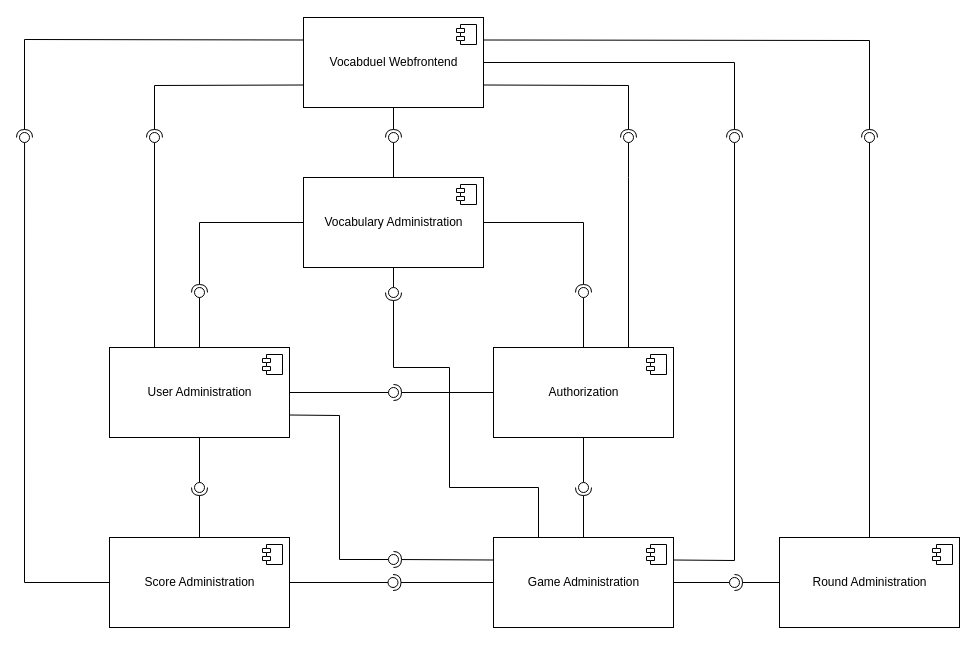
Above: components_diagram.drawio in lucaslar/htw-kba-gr7-vocabduel-monorepo (draw.io), before the change. Source tidied: cells renumbered, new cells numbered last; positions are measured from the earlier drawing's top-left corner, leaving out a move shared by most shapes. Both pictures are drawn from the tidied source at 100%, with x=0, y=0 at pixel (19, 17).
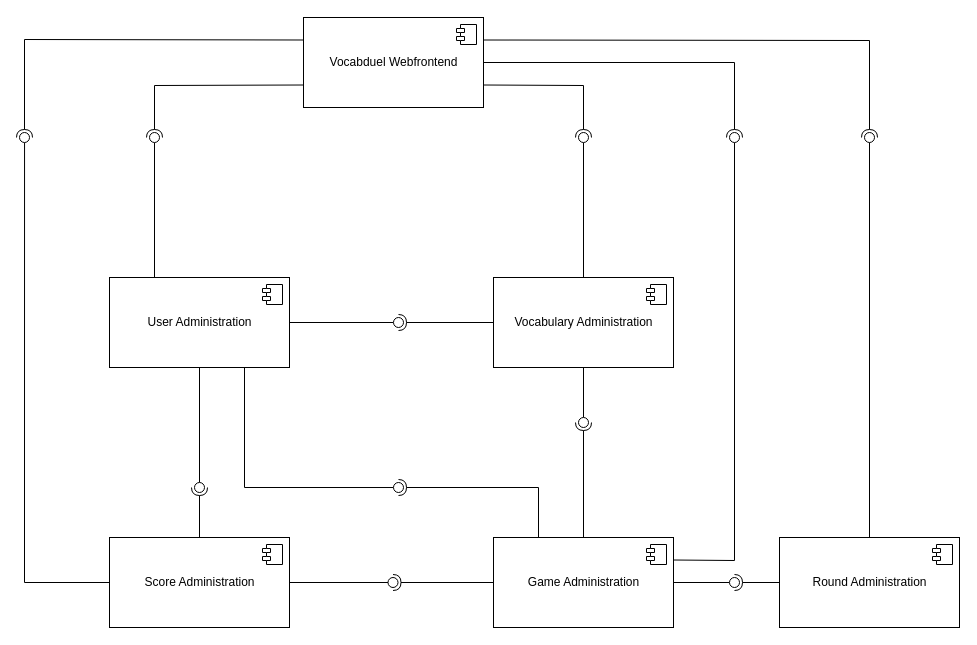
The same diagram, later.

Commit message:
Removed auth component (unified with user administration)

Unchanged cells that the change refers to:
```xml
<mxCell id="8" value="Game Administration" style="html=1;" parent="1" vertex="1">
  <mxGeometry x="474" y="520" width="180" height="90" as="geometry" />
</mxCell>
<mxCell id="10" value="Vocabduel Webfrontend" style="html=1;" parent="1" vertex="1">
  <mxGeometry x="284" width="180" height="90" as="geometry" />
</mxCell>
```

What changed in the source:
```diff
@@
     <mxCell id="2" value="User Administration" style="html=1;" parent="1" vertex="1">
-      <mxGeometry x="90" y="330" width="180" height="90" as="geometry" />
+      <mxGeometry x="90" y="260" width="180" height="90" as="geometry" />
     </mxCell>
@@
     <mxCell id="4" value="Vocabulary Administration" style="html=1;" parent="1" vertex="1">
-      <mxGeometry x="284" y="160" width="180" height="90" as="geometry" />
+      <mxGeometry x="474" y="260" width="180" height="90" as="geometry" />
     </mxCell>
@@
-    <mxCell id="6" value="Authorization" style="html=1;" parent="1" vertex="1">
-      <mxGeometry x="474" y="330" width="180" height="90" as="geometry" />
-    </mxCell>
-    <mxCell id="7" style="shape=module;jettyWidth=8;jettyHeight=4;" parent="6" vertex="1">
-      <mxGeometry x="1" width="20" height="20" relative="1" as="geometry">
-        <mxPoint x="-27" y="7" as="offset" />
-      </mxGeometry>
-    </mxCell>
@@
-    <mxCell id="20" style="rounded=0;jettySize=auto;html=1;endArrow=none;endFill=0;" parent="1" edge="1" source="4" target="22">
-      <mxGeometry relative="1" as="geometry" />
-    </mxCell>
-    <mxCell id="21" style="rounded=0;jettySize=auto;html=1;endArrow=halfCircle;endFill=0;endSize=6;strokeWidth=1;" parent="1" edge="1" source="10">
-      <mxGeometry relative="1" as="geometry">
-        <mxPoint x="374" y="120" as="targetPoint" />
-      </mxGeometry>
-    </mxCell>
-    <mxCell id="22" style="ellipse;whiteSpace=wrap;html=1;fontFamily=Helvetica;fontSize=12;fontColor=#000000;align=center;strokeColor=#000000;fillColor=#ffffff;points=[];" parent="1" vertex="1">
-      <mxGeometry x="369" y="115" width="10" height="10" as="geometry" />
-    </mxCell>
-    <mxCell id="23" style="rounded=0;jettySize=auto;html=1;endArrow=none;endFill=0;exitX=0.75;exitY=0;exitDx=0;exitDy=0;" parent="1" edge="1" source="6" target="25">
-      <mxGeometry relative="1" as="geometry">
-        <Array as="points">
-          <mxPoint x="609" y="160" />
-        </Array>
-      </mxGeometry>
-    </mxCell>
-    <mxCell id="24" style="rounded=0;jettySize=auto;html=1;endArrow=halfCircle;endFill=0;entryX=0.5;entryY=0.5;entryDx=0;entryDy=0;endSize=6;strokeWidth=1;exitX=1;exitY=0.75;exitDx=0;exitDy=0;" parent="1" edge="1" source="10" target="25">
-      <mxGeometry relative="1" as="geometry">
-        <Array as="points">
-          <mxPoint x="609" y="68" />
-        </Array>
-      </mxGeometry>
-    </mxCell>
-    <mxCell id="25" style="ellipse;whiteSpace=wrap;html=1;fontFamily=Helvetica;fontSize=12;fontColor=#000000;align=center;strokeColor=#000000;fillColor=#ffffff;points=[];" parent="1" vertex="1">
-      <mxGeometry x="604" y="115" width="10" height="10" as="geometry" />
-    </mxCell>
@@
-    <mxCell id="29" style="rounded=0;jettySize=auto;html=1;endArrow=none;endFill=0;" parent="1" edge="1" target="31">
-      <mxGeometry relative="1" as="geometry">
-        <mxPoint x="374" y="250" as="sourcePoint" />
-      </mxGeometry>
+    <mxCell id="29" style="rounded=0;jettySize=auto;html=1;endArrow=none;endFill=0;exitX=0.5;exitY=1;exitDx=0;exitDy=0;" parent="1" edge="1" source="4" target="31">
+      <mxGeometry relative="1" as="geometry" />
     </mxCell>
-    <mxCell id="30" style="rounded=0;jettySize=auto;html=1;endArrow=halfCircle;endFill=0;entryX=0.5;entryY=0.5;entryDx=0;entryDy=0;endSize=6;strokeWidth=1;exitX=0.25;exitY=0;exitDx=0;exitDy=0;" parent="1" edge="1" source="8" target="31">
-      <mxGeometry relative="1" as="geometry">
-        <Array as="points">
-          <mxPoint x="519" y="470" />
-          <mxPoint x="430" y="470" />
-          <mxPoint x="430" y="350" />
-          <mxPoint x="374" y="350" />
-        </Array>
-      </mxGeometry>
+    <mxCell id="30" style="rounded=0;jettySize=auto;html=1;endArrow=halfCircle;endFill=0;entryX=0.5;entryY=0.5;entryDx=0;entryDy=0;endSize=6;strokeWidth=1;" parent="1" edge="1" source="8" target="31">
+      <mxGeometry relative="1" as="geometry" />
     </mxCell>
     <mxCell id="31" style="ellipse;whiteSpace=wrap;html=1;fontFamily=Helvetica;fontSize=12;fontColor=#000000;align=center;strokeColor=#000000;fillColor=#ffffff;points=[];" parent="1" vertex="1">
-      <mxGeometry x="369" y="270" width="10" height="10" as="geometry" />
+      <mxGeometry x="559" y="400" width="10" height="10" as="geometry" />
     </mxCell>
@@
-    <mxCell id="38" style="rounded=0;jettySize=auto;html=1;endArrow=none;endFill=0;exitX=1;exitY=0.75;exitDx=0;exitDy=0;entryX=-0.001;entryY=0.502;entryDx=0;entryDy=0;entryPerimeter=0;" parent="1" edge="1" source="2" target="40">
+    <mxCell id="38" style="rounded=0;jettySize=auto;html=1;endArrow=none;endFill=0;exitX=0.75;exitY=1;exitDx=0;exitDy=0;entryX=-0.001;entryY=0.502;entryDx=0;entryDy=0;entryPerimeter=0;" parent="1" edge="1" source="2" target="40">
       <mxGeometry relative="1" as="geometry">
         <Array as="points">
-          <mxPoint x="320" y="398" />
-          <mxPoint x="320" y="542" />
+          <mxPoint x="225" y="470" />
         </Array>
       </mxGeometry>
     </mxCell>
-    <mxCell id="39" style="rounded=0;jettySize=auto;html=1;endArrow=halfCircle;endFill=0;entryX=0.5;entryY=0.5;entryDx=0;entryDy=0;endSize=6;strokeWidth=1;exitX=0;exitY=0.25;exitDx=0;exitDy=0;" parent="1" edge="1" source="8" target="40">
-      <mxGeometry relative="1" as="geometry" />
+    <mxCell id="39" style="rounded=0;jettySize=auto;html=1;endArrow=halfCircle;endFill=0;entryX=0.5;entryY=0.5;entryDx=0;entryDy=0;endSize=6;strokeWidth=1;exitX=0.25;exitY=0;exitDx=0;exitDy=0;" parent="1" edge="1" source="8" target="40">
+      <mxGeometry relative="1" as="geometry">
+        <Array as="points">
+          <mxPoint x="519" y="470" />
+        </Array>
+      </mxGeometry>
     </mxCell>
     <mxCell id="40" style="ellipse;whiteSpace=wrap;html=1;fontFamily=Helvetica;fontSize=12;fontColor=#000000;align=center;strokeColor=#000000;fillColor=#ffffff;points=[];" parent="1" vertex="1">
-      <mxGeometry x="369" y="537" width="10" height="10" as="geometry" />
+      <mxGeometry x="374" y="465" width="10" height="10" as="geometry" />
     </mxCell>
-    <mxCell id="41" style="rounded=0;jettySize=auto;html=1;endArrow=none;endFill=0;" parent="1" edge="1" source="2" target="43">
-      <mxGeometry relative="1" as="geometry" />
+    <mxCell id="41" style="rounded=0;jettySize=auto;html=1;endArrow=none;endFill=0;" parent="1" edge="1" target="43">
+      <mxGeometry relative="1" as="geometry">
+        <mxPoint x="270" y="305" as="sourcePoint" />
+      </mxGeometry>
     </mxCell>
-    <mxCell id="42" style="rounded=0;jettySize=auto;html=1;endArrow=halfCircle;endFill=0;entryX=0.5;entryY=0.5;entryDx=0;entryDy=0;endSize=6;strokeWidth=1;" parent="1" edge="1" source="4" target="43">
-      <mxGeometry relative="1" as="geometry">
-        <Array as="points">
-          <mxPoint x="180" y="205" />
-        </Array>
-      </mxGeometry>
+    <mxCell id="42" style="rounded=0;jettySize=auto;html=1;endArrow=halfCircle;endFill=0;entryX=0.5;entryY=0.5;entryDx=0;entryDy=0;endSize=6;strokeWidth=1;exitX=0;exitY=0.5;exitDx=0;exitDy=0;" parent="1" edge="1" source="4" target="43">
+      <mxGeometry relative="1" as="geometry" />
     </mxCell>
     <mxCell id="43" style="ellipse;whiteSpace=wrap;html=1;fontFamily=Helvetica;fontSize=12;fontColor=#000000;align=center;strokeColor=#000000;fillColor=#ffffff;points=[];" parent="1" vertex="1">
-      <mxGeometry x="175" y="270" width="10" height="10" as="geometry" />
+      <mxGeometry x="374" y="300" width="10" height="10" as="geometry" />
     </mxCell>
-    <mxCell id="44" style="rounded=0;jettySize=auto;html=1;endArrow=none;endFill=0;" parent="1" edge="1" source="2" target="46">
-      <mxGeometry relative="1" as="geometry" />
-    </mxCell>
-    <mxCell id="45" style="rounded=0;jettySize=auto;html=1;endArrow=halfCircle;endFill=0;entryX=0.5;entryY=0.5;entryDx=0;entryDy=0;endSize=6;strokeWidth=1;exitX=0;exitY=0.5;exitDx=0;exitDy=0;" parent="1" edge="1" source="6" target="46">
-      <mxGeometry relative="1" as="geometry" />
-    </mxCell>
-    <mxCell id="46" style="ellipse;whiteSpace=wrap;html=1;fontFamily=Helvetica;fontSize=12;fontColor=#000000;align=center;strokeColor=#000000;fillColor=#ffffff;points=[];" parent="1" vertex="1">
-      <mxGeometry x="369" y="370" width="10" height="10" as="geometry" />
-    </mxCell>
-    <mxCell id="47" style="rounded=0;jettySize=auto;html=1;endArrow=none;endFill=0;" parent="1" edge="1" source="6" target="49">
-      <mxGeometry relative="1" as="geometry" />
-    </mxCell>
-    <mxCell id="48" style="rounded=0;jettySize=auto;html=1;endArrow=halfCircle;endFill=0;entryX=0.5;entryY=0.5;entryDx=0;entryDy=0;endSize=6;strokeWidth=1;exitX=1;exitY=0.5;exitDx=0;exitDy=0;" parent="1" edge="1" source="4" target="49">
-      <mxGeometry relative="1" as="geometry">
-        <Array as="points">
-          <mxPoint x="564" y="205" />
-        </Array>
-      </mxGeometry>
-    </mxCell>
-    <mxCell id="49" style="ellipse;whiteSpace=wrap;html=1;fontFamily=Helvetica;fontSize=12;fontColor=#000000;align=center;strokeColor=#000000;fillColor=#ffffff;points=[];" parent="1" vertex="1">
-      <mxGeometry x="559" y="270" width="10" height="10" as="geometry" />
-    </mxCell>
-    <mxCell id="50" style="rounded=0;jettySize=auto;html=1;endArrow=none;endFill=0;" parent="1" edge="1" source="6" target="52">
-      <mxGeometry relative="1" as="geometry" />
-    </mxCell>
-    <mxCell id="51" style="rounded=0;jettySize=auto;html=1;endArrow=halfCircle;endFill=0;entryX=0.5;entryY=0.5;entryDx=0;entryDy=0;endSize=6;strokeWidth=1;exitX=0.5;exitY=0;exitDx=0;exitDy=0;" parent="1" edge="1" source="8" target="52">
-      <mxGeometry relative="1" as="geometry" />
-    </mxCell>
-    <mxCell id="52" style="ellipse;whiteSpace=wrap;html=1;fontFamily=Helvetica;fontSize=12;fontColor=#000000;align=center;strokeColor=#000000;fillColor=#ffffff;points=[];" parent="1" vertex="1">
-      <mxGeometry x="559" y="465" width="10" height="10" as="geometry" />
-    </mxCell>
@@
+    <mxCell id="61" style="rounded=0;jettySize=auto;html=1;endArrow=none;endFill=0;exitX=0.5;exitY=0;exitDx=0;exitDy=0;" parent="1" edge="1" source="4" target="63">
+      <mxGeometry relative="1" as="geometry" />
+    </mxCell>
+    <mxCell id="62" style="rounded=0;jettySize=auto;html=1;endArrow=halfCircle;endFill=0;entryX=0.5;entryY=0.5;entryDx=0;entryDy=0;endSize=6;strokeWidth=1;exitX=1;exitY=0.75;exitDx=0;exitDy=0;" parent="1" edge="1" source="10" target="63">
+      <mxGeometry relative="1" as="geometry">
+        <Array as="points">
+          <mxPoint x="564" y="68" />
+        </Array>
+      </mxGeometry>
+    </mxCell>
+    <mxCell id="63" style="ellipse;whiteSpace=wrap;html=1;fontFamily=Helvetica;fontSize=12;fontColor=#000000;align=center;strokeColor=#000000;fillColor=#ffffff;points=[];" parent="1" vertex="1">
+      <mxGeometry x="559" y="115" width="10" height="10" as="geometry" />
+    </mxCell>
```
